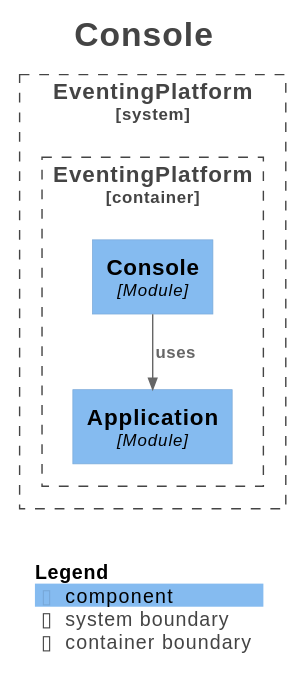
This is docs/generated/architecture/svg/module-eventing.adapter.cli.console.svg from Mathmagicians/confluent-eventing-playground, a PlantUML export, as it was before one commit. Source of this version:
```plantuml
@startuml
!pragma layout smetana
title <size:24>Console</size>

set separator none
top to bottom direction

<style>
  root {
    BackgroundColor: #ffffff
    FontColor: #444444
  }
</style>

!include <C4/C4>
!include <C4/C4_Context>
!include <C4/C4_Component>

System_Boundary("EventingPlatform_boundary", "EventingPlatform", $tags="") {
  Container_Boundary("EventingPlatform.EventingPlatform_boundary", "EventingPlatform", $tags="") {
    Component(EventingPlatform.EventingPlatform.Application, "Application", $techn="Module", $descr="", $tags="", $link="")
    Component(EventingPlatform.EventingPlatform.Console, "Console", $techn="Module", $descr="", $tags="", $link="")
  }

}

Rel(EventingPlatform.EventingPlatform.Console, EventingPlatform.EventingPlatform.Application, "uses", $techn="", $tags="", $link="")

SHOW_LEGEND(true)
hide stereotypes
@enduml
```
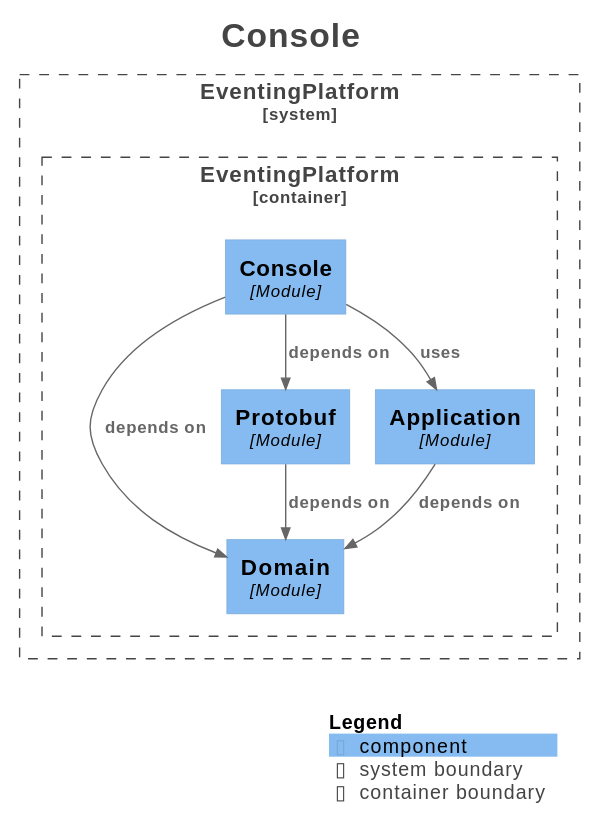
The same file after the commit.

The edit, as a diff of the source:
```diff
@@ -18,12 +18,18 @@
 
 System_Boundary("EventingPlatform_boundary", "EventingPlatform", $tags="") {
   Container_Boundary("EventingPlatform.EventingPlatform_boundary", "EventingPlatform", $tags="") {
+    Component(EventingPlatform.EventingPlatform.Domain, "Domain", $techn="Module", $descr="", $tags="", $link="")
+    Component(EventingPlatform.EventingPlatform.Protobuf, "Protobuf", $techn="Module", $descr="", $tags="", $link="")
     Component(EventingPlatform.EventingPlatform.Application, "Application", $techn="Module", $descr="", $tags="", $link="")
     Component(EventingPlatform.EventingPlatform.Console, "Console", $techn="Module", $descr="", $tags="", $link="")
   }
 
 }
 
+Rel(EventingPlatform.EventingPlatform.Application, EventingPlatform.EventingPlatform.Domain, "depends on", $techn="", $tags="", $link="")
+Rel(EventingPlatform.EventingPlatform.Protobuf, EventingPlatform.EventingPlatform.Domain, "depends on", $techn="", $tags="", $link="")
+Rel(EventingPlatform.EventingPlatform.Console, EventingPlatform.EventingPlatform.Protobuf, "depends on", $techn="", $tags="", $link="")
+Rel(EventingPlatform.EventingPlatform.Console, EventingPlatform.EventingPlatform.Domain, "depends on", $techn="", $tags="", $link="")
 Rel(EventingPlatform.EventingPlatform.Console, EventingPlatform.EventingPlatform.Application, "uses", $techn="", $tags="", $link="")
 
 SHOW_LEGEND(true)
```
